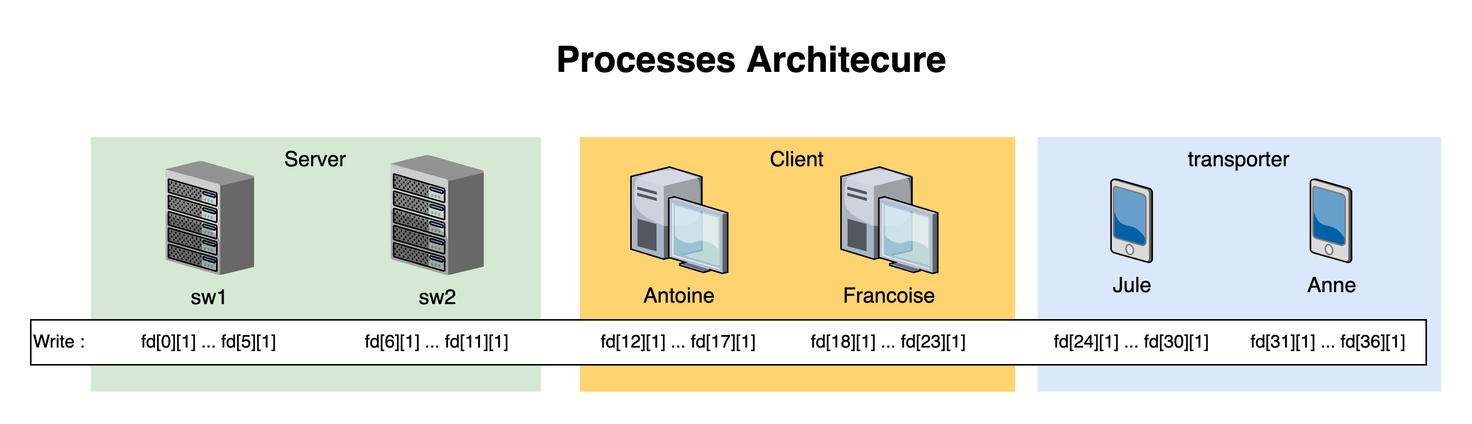
Above: tableOfComunication.png in nicolasmtnt/Unix-Process-Undergraduate-Project (draw.io), before the change. Source tidied: cells renumbered, new cells last; positions are measured from the earlier drawing's top-left corner, leaving out a move shared by most shapes.
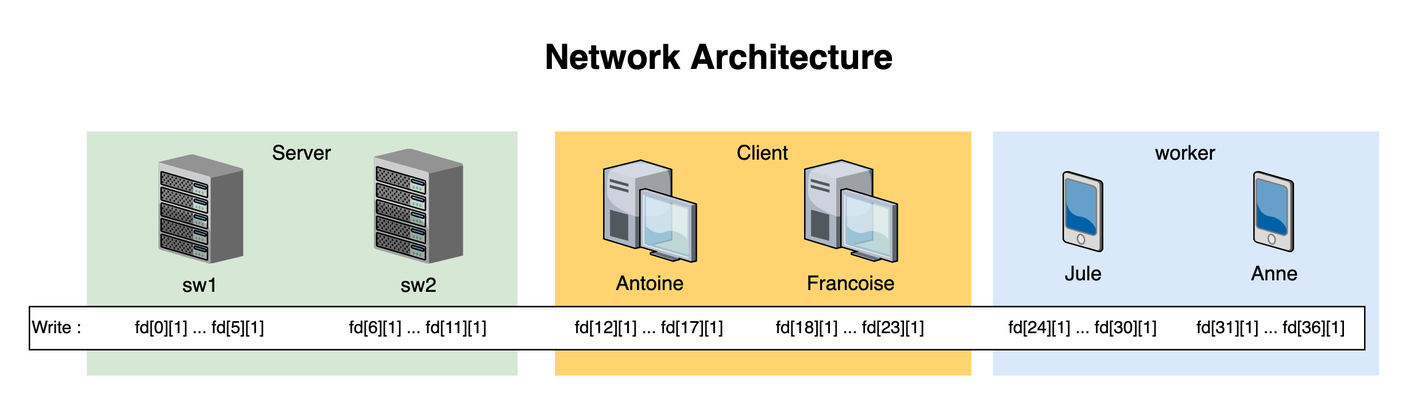
Later version of the same file.

Commit message:
ajout des write/read

Change to the diagram source:
```diff
@@ -2,7 +2,7 @@
   <root>
     <mxCell id="0" style="html=1;" />
     <mxCell id="1" style="html=1;" parent="0" />
-    <mxCell id="2" value="transporter" style="whiteSpace=wrap;html=1;fillColor=#dae8fc;fontSize=14;strokeColor=none;verticalAlign=top;" parent="1" vertex="1">
+    <mxCell id="2" value="worker" style="whiteSpace=wrap;html=1;fillColor=#dae8fc;fontSize=14;strokeColor=none;verticalAlign=top;" parent="1" vertex="1">
       <mxGeometry x="671" y="71" width="269" height="170" as="geometry" />
     </mxCell>
     <mxCell id="3" value="Client" style="whiteSpace=wrap;html=1;fillColor=#FFD470;gradientColor=none;fontSize=14;strokeColor=none;verticalAlign=top;" parent="1" vertex="1">
@@ -11,7 +11,7 @@
     <mxCell id="4" value="Server" style="whiteSpace=wrap;html=1;fillColor=#d5e8d4;fontSize=14;strokeColor=none;verticalAlign=top;" parent="1" vertex="1">
       <mxGeometry x="40" y="71" width="300" height="170" as="geometry" />
     </mxCell>
-    <mxCell id="5" value="Processes Architecure" style="text;strokeColor=none;fillColor=none;html=1;fontSize=24;fontStyle=1;verticalAlign=middle;align=center;" parent="1" vertex="1">
+    <mxCell id="5" value="&lt;font&gt;Network Architecture&lt;/font&gt;" style="text;strokeColor=none;fillColor=none;html=1;fontSize=24;fontStyle=1;verticalAlign=middle;align=center;fontFamily=Helvetica;" parent="1" vertex="1">
       <mxGeometry x="49" width="861" height="40" as="geometry" />
     </mxCell>
     <mxCell id="6" value="sw1" style="verticalLabelPosition=bottom;html=1;verticalAlign=top;strokeColor=none;shape=mxgraph.citrix.chassis;fillColor=#66B2FF;gradientColor=#0066CC;fontSize=14;" parent="1" vertex="1">
@@ -32,25 +32,25 @@
     <mxCell id="11" value="Anne" style="verticalLabelPosition=bottom;html=1;verticalAlign=top;strokeColor=none;shape=mxgraph.citrix.pda;fillColor=#66B2FF;gradientColor=#0066CC;fontSize=14;" parent="1" vertex="1">
       <mxGeometry x="852.8" y="99" width="27.4" height="55.7" as="geometry" />
     </mxCell>
-    <mxCell id="12" value="Write :" style="rounded=0;whiteSpace=wrap;html=1;align=left;" parent="1" vertex="1">
+    <mxCell id="12" value="Write :" style="rounded=0;whiteSpace=wrap;html=1;align=left;fontFamily=Helvetica;" parent="1" vertex="1">
       <mxGeometry y="193" width="930" height="30" as="geometry" />
     </mxCell>
-    <mxCell id="13" value="fd[0][1] ... fd[5][1]" style="text;html=1;strokeColor=none;fillColor=none;align=center;verticalAlign=middle;whiteSpace=wrap;rounded=0;" parent="1" vertex="1">
+    <mxCell id="13" value="fd[0][1] ... fd[5][1]" style="text;html=1;strokeColor=none;fillColor=none;align=center;verticalAlign=middle;whiteSpace=wrap;rounded=0;fontFamily=Helvetica;" parent="1" vertex="1">
       <mxGeometry x="64.4" y="193" width="110" height="30" as="geometry" />
     </mxCell>
-    <mxCell id="14" value="fd[6][1] ... fd[11][1]" style="text;html=1;strokeColor=none;fillColor=none;align=center;verticalAlign=middle;whiteSpace=wrap;rounded=0;" parent="1" vertex="1">
+    <mxCell id="14" value="fd[6][1] ... fd[11][1]" style="text;html=1;strokeColor=none;fillColor=none;align=center;verticalAlign=middle;whiteSpace=wrap;rounded=0;fontFamily=Helvetica;" parent="1" vertex="1">
       <mxGeometry x="216" y="193" width="110" height="30" as="geometry" />
     </mxCell>
-    <mxCell id="15" value="fd[12][1] ... fd[17][1]" style="text;html=1;strokeColor=none;fillColor=none;align=center;verticalAlign=middle;whiteSpace=wrap;rounded=0;" parent="1" vertex="1">
+    <mxCell id="15" value="fd[12][1] ... fd[17][1]" style="text;html=1;strokeColor=none;fillColor=none;align=center;verticalAlign=middle;whiteSpace=wrap;rounded=0;fontFamily=Helvetica;" parent="1" vertex="1">
       <mxGeometry x="377.2" y="193" width="110" height="30" as="geometry" />
     </mxCell>
-    <mxCell id="16" value="fd[18][1] ... fd[23][1]" style="text;html=1;strokeColor=none;fillColor=none;align=center;verticalAlign=middle;whiteSpace=wrap;rounded=0;" parent="1" vertex="1">
+    <mxCell id="16" value="fd[18][1] ... fd[23][1]" style="text;html=1;strokeColor=none;fillColor=none;align=center;verticalAlign=middle;whiteSpace=wrap;rounded=0;fontFamily=Helvetica;" parent="1" vertex="1">
       <mxGeometry x="517.2" y="193" width="110" height="30" as="geometry" />
     </mxCell>
-    <mxCell id="17" value="fd[24][1] ... fd[30][1]" style="text;html=1;strokeColor=none;fillColor=none;align=center;verticalAlign=middle;whiteSpace=wrap;rounded=0;" parent="1" vertex="1">
+    <mxCell id="17" value="fd[24][1] ... fd[30][1]" style="text;html=1;strokeColor=none;fillColor=none;align=center;verticalAlign=middle;whiteSpace=wrap;rounded=0;fontFamily=Helvetica;" parent="1" vertex="1">
       <mxGeometry x="678.7" y="193" width="110" height="30" as="geometry" />
     </mxCell>
-    <mxCell id="18" value="fd[31][1] ... fd[36][1]" style="text;html=1;strokeColor=none;fillColor=none;align=center;verticalAlign=middle;whiteSpace=wrap;rounded=0;" parent="1" vertex="1">
+    <mxCell id="18" value="fd[31][1] ... fd[36][1]" style="text;html=1;strokeColor=none;fillColor=none;align=center;verticalAlign=middle;whiteSpace=wrap;rounded=0;fontFamily=Helvetica;" parent="1" vertex="1">
       <mxGeometry x="810" y="193" width="110" height="30" as="geometry" />
     </mxCell>
   </root>
```
